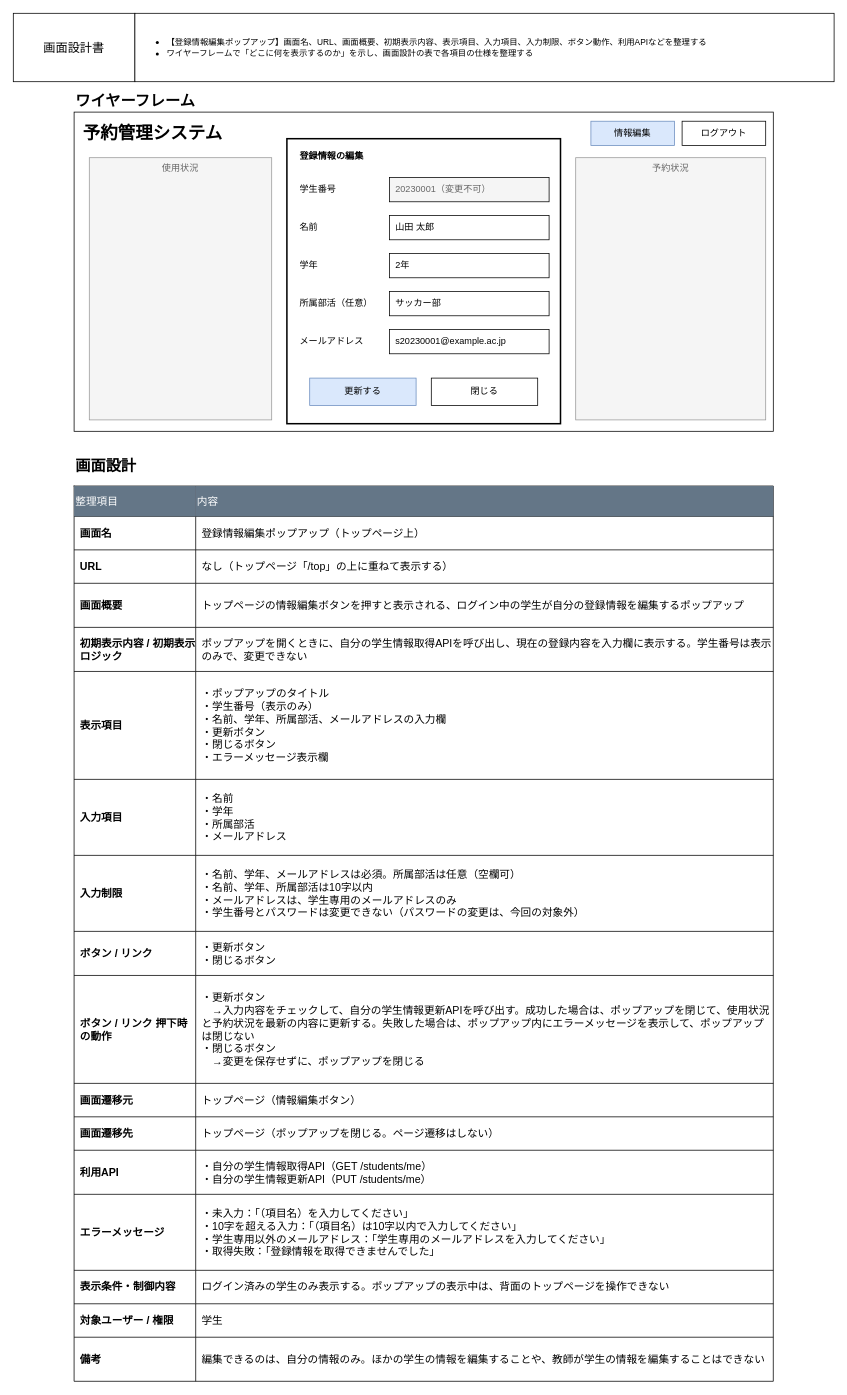
The draw.io diagram page "画面設計書（情報編集ポップアップ）" (4 of 5) of docs/詳細設計.drawio in yuhihamada0703/shower-reservation, before the edit. Source tidied: cells renumbered, new cells numbered last; positions are measured from the earlier drawing's top-left corner, leaving out a move shared by most shapes. Both pictures are drawn from the tidied source at 76%, with x=0, y=0 at pixel (13, 13).
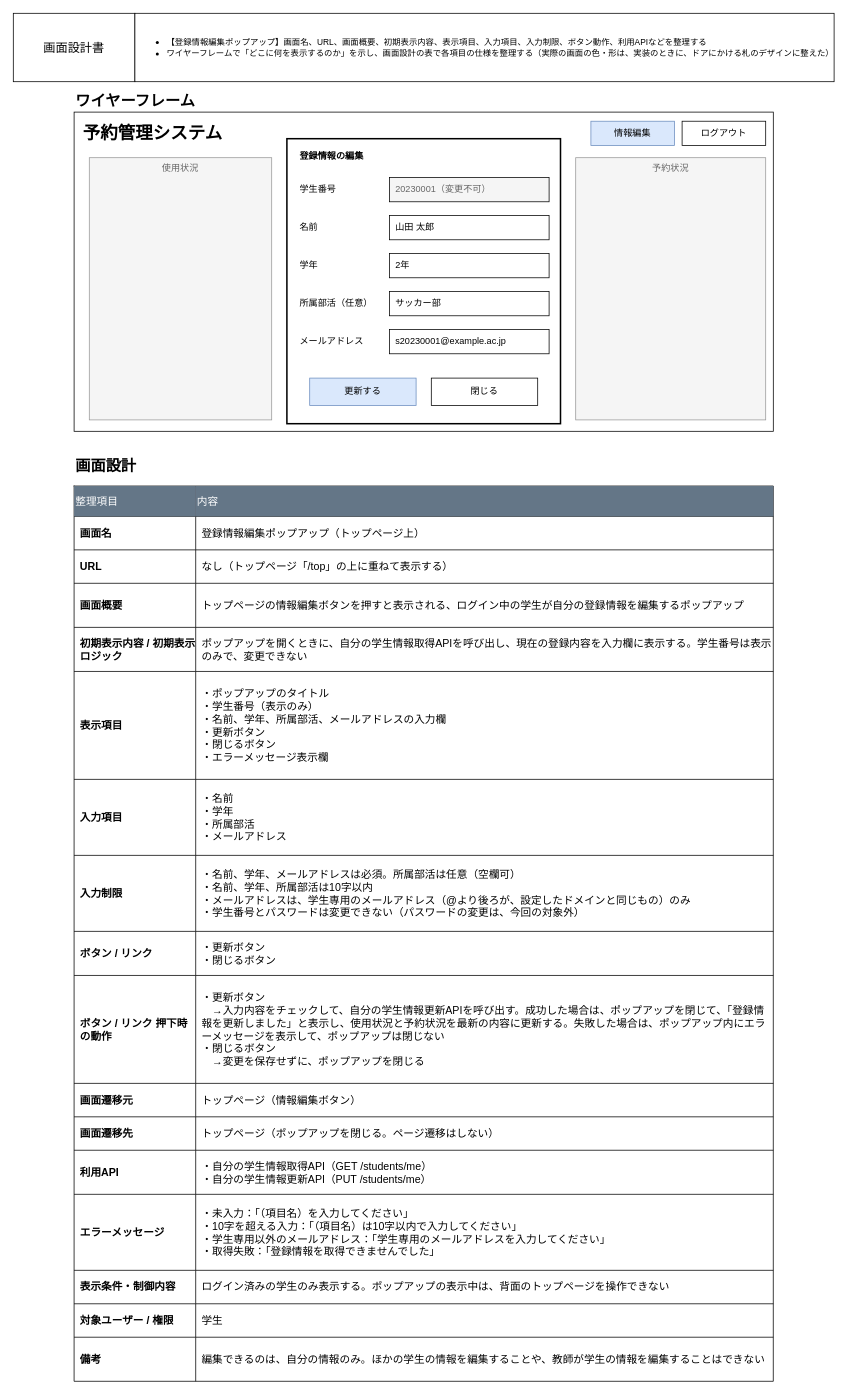
The same page after the edit.

The change refers to these unchanged cells:
```xml
<mxCell id="48" style="shape=tableRow;horizontal=0;startSize=0;swimlaneHead=0;swimlaneBody=0;strokeColor=inherit;top=0;left=0;bottom=0;right=0;fillColor=none;fontSize=14;" parent="26" vertex="1">
  <mxGeometry y="486" width="920" height="100" as="geometry" />
</mxCell>
<mxCell id="54" style="shape=tableRow;horizontal=0;startSize=0;swimlaneHead=0;swimlaneBody=0;strokeColor=inherit;top=0;left=0;bottom=0;right=0;fillColor=none;fontSize=14;" parent="26" vertex="1">
  <mxGeometry y="644" width="920" height="142" as="geometry" />
</mxCell>
```

Diff of the diagram source:
```diff
@@
-    <mxCell id="3" value="&lt;ul&gt;&lt;li&gt;&lt;font style=&quot;font-size: 11px;&quot;&gt;【登録情報編集ポップアップ】画面名、URL、画面概要、初期表示内容、表示項目、入力項目、入力制限、ボタン動作、利用APIなどを整理する&lt;/font&gt;&lt;/li&gt;&lt;li&gt;&lt;font style=&quot;font-size: 11px;&quot;&gt;ワイヤーフレームで「どこに何を表示するのか」を示し、画面設計の表で各項目の仕様を整理する&lt;/font&gt;&lt;/li&gt;&lt;/ul&gt;" style="whiteSpace=wrap;html=1;align=left;" parent="1" vertex="1">
+    <mxCell id="3" value="&lt;ul&gt;&lt;li&gt;&lt;font style=&quot;font-size: 11px;&quot;&gt;【登録情報編集ポップアップ】画面名、URL、画面概要、初期表示内容、表示項目、入力項目、入力制限、ボタン動作、利用APIなどを整理する&lt;/font&gt;&lt;/li&gt;&lt;li&gt;&lt;font style=&quot;font-size: 11px;&quot;&gt;ワイヤーフレームで「どこに何を表示するのか」を示し、画面設計の表で各項目の仕様を整理する（実際の画面の色・形は、実装のときに、ドアにかける札のデザインに整えた）&lt;/font&gt;&lt;/li&gt;&lt;/ul&gt;" style="whiteSpace=wrap;html=1;align=left;" parent="1" vertex="1">
       <mxGeometry x="160" width="920" height="90" as="geometry" />
     </mxCell>
@@
-    <mxCell id="50" value="・名前、学年、メールアドレスは必須。所属部活は任意（空欄可）&lt;br&gt;・名前、学年、所属部活は10字以内&lt;br&gt;・メールアドレスは、学生専用のメールアドレスのみ&lt;br&gt;・学生番号とパスワードは変更できない（パスワードの変更は、今回の対象外）" style="shape=partialRectangle;html=1;whiteSpace=wrap;strokeColor=inherit;overflow=hidden;fillColor=none;top=0;left=0;bottom=0;right=0;fontSize=14;align=left;verticalAlign=middle;spacingLeft=6;" parent="48" vertex="1">
+    <mxCell id="50" value="・名前、学年、メールアドレスは必須。所属部活は任意（空欄可）&lt;br&gt;・名前、学年、所属部活は10字以内&lt;br&gt;・メールアドレスは、学生専用のメールアドレス（@より後ろが、設定したドメインと同じもの）のみ&lt;br&gt;・学生番号とパスワードは変更できない（パスワードの変更は、今回の対象外）" style="shape=partialRectangle;html=1;whiteSpace=wrap;strokeColor=inherit;overflow=hidden;fillColor=none;top=0;left=0;bottom=0;right=0;fontSize=14;align=left;verticalAlign=middle;spacingLeft=6;" parent="48" vertex="1">
       <mxGeometry x="160" width="760" height="100" as="geometry" />
     </mxCell>
@@
-    <mxCell id="56" value="・更新ボタン&lt;br&gt;　→入力内容をチェックして、自分の学生情報更新APIを呼び出す。成功した場合は、ポップアップを閉じて、使用状況と予約状況を最新の内容に更新する。失敗した場合は、ポップアップ内にエラーメッセージを表示して、ポップアップは閉じない&lt;br&gt;・閉じるボタン&lt;br&gt;　→変更を保存せずに、ポップアップを閉じる" style="shape=partialRectangle;html=1;whiteSpace=wrap;strokeColor=inherit;overflow=hidden;fillColor=none;top=0;left=0;bottom=0;right=0;fontSize=14;align=left;verticalAlign=middle;spacingLeft=6;" parent="54" vertex="1">
+    <mxCell id="56" value="・更新ボタン&lt;br&gt;　→入力内容をチェックして、自分の学生情報更新APIを呼び出す。成功した場合は、ポップアップを閉じて、「登録情報を更新しました」と表示し、使用状況と予約状況を最新の内容に更新する。失敗した場合は、ポップアップ内にエラーメッセージを表示して、ポップアップは閉じない&lt;br&gt;・閉じるボタン&lt;br&gt;　→変更を保存せずに、ポップアップを閉じる" style="shape=partialRectangle;html=1;whiteSpace=wrap;strokeColor=inherit;overflow=hidden;fillColor=none;top=0;left=0;bottom=0;right=0;fontSize=14;align=left;verticalAlign=middle;spacingLeft=6;" parent="54" vertex="1">
       <mxGeometry x="160" width="760" height="142" as="geometry" />
     </mxCell>
```
